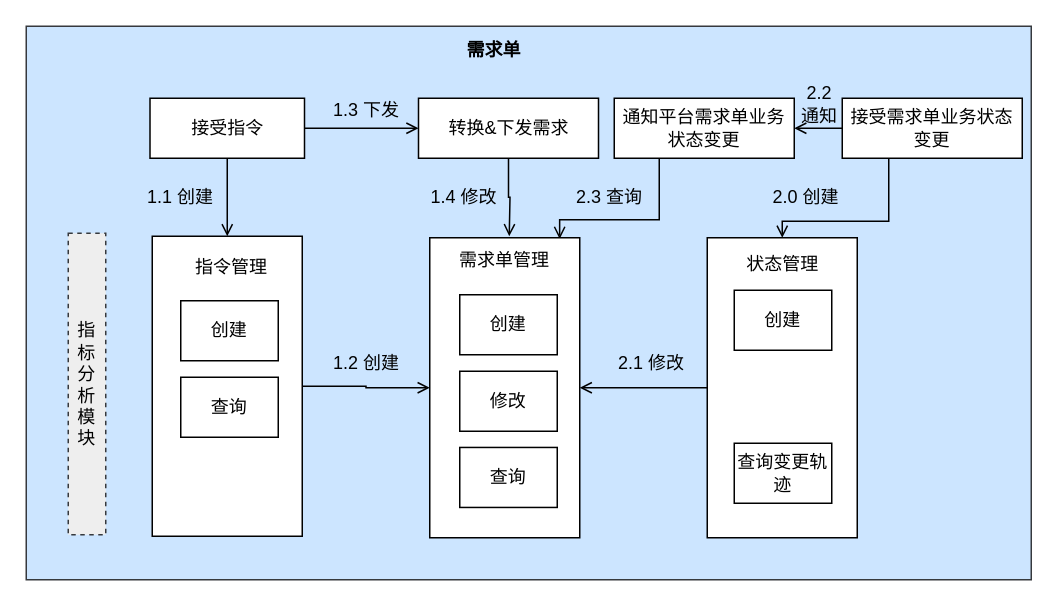
lokiworks/codebase keeps this draw.io diagram as page "Copy of Copy of Page-28" (31 of 36) of docs/自营重构.drawio. Above is the earlier version. Source tidied: cells renumbered, new cells numbered last; positions are measured from the earlier drawing's top-left corner, leaving out a move shared by most shapes. Both pictures are drawn from the tidied source at 150%, with x=0, y=0 at pixel (26, 26).
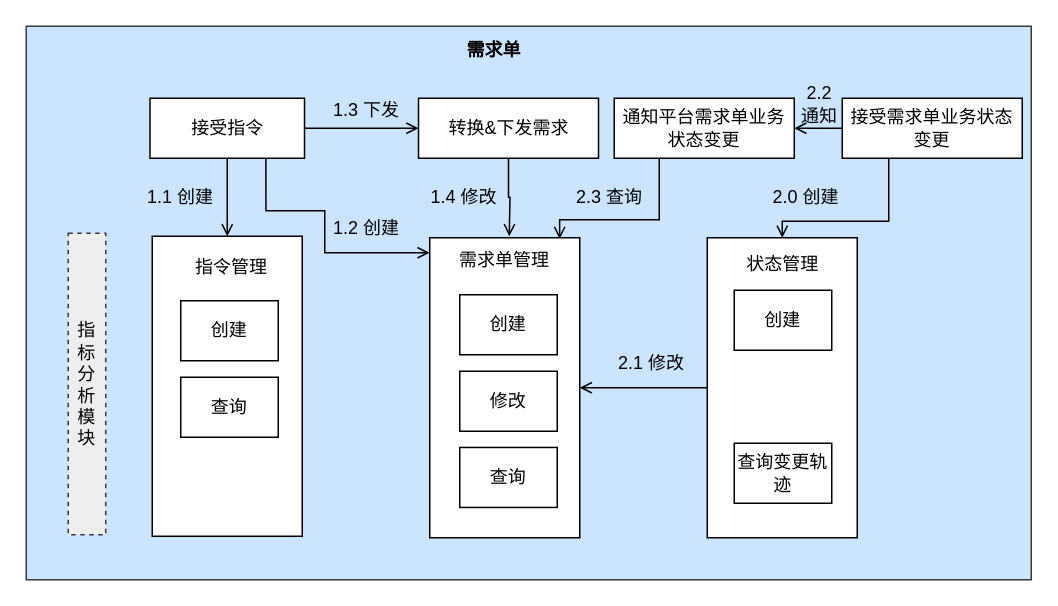
Above is the later version.

The change refers to these unchanged cells:
```xml
<mxCell id="4" style="rounded=0;whiteSpace=wrap;html=1;" parent="1" vertex="1">
  <mxGeometry x="84" y="140" width="100" height="200" as="geometry" />
</mxCell>
<mxCell id="24" value="接受指令" style="rounded=0;whiteSpace=wrap;html=1;" parent="1" vertex="1">
  <mxGeometry x="82.5" y="48" width="103" height="40" as="geometry" />
</mxCell>
<mxCell id="25" style="rounded=0;whiteSpace=wrap;html=1;" parent="1" vertex="1">
  <mxGeometry x="269" y="141" width="100" height="200" as="geometry" />
</mxCell>
```

Change to the diagram source:
```diff
@@
-    <mxCell id="3" style="edgeStyle=orthogonalEdgeStyle;rounded=0;jettySize=auto;html=1;exitX=1;exitY=0.5;exitDx=0;exitDy=0;entryX=0;entryY=0.5;entryDx=0;entryDy=0;endArrow=open;endFill=0;" parent="1" edge="1" source="4" target="25">
-      <mxGeometry relative="1" as="geometry" />
+    <mxCell id="3" style="edgeStyle=orthogonalEdgeStyle;rounded=0;jettySize=auto;html=1;exitX=0.75;exitY=1;exitDx=0;exitDy=0;endArrow=open;endFill=0;entryX=-0.001;entryY=0.05;entryDx=0;entryDy=0;entryPerimeter=0;" parent="1" edge="1" source="24" target="25">
+      <mxGeometry relative="1" as="geometry">
+        <Array as="points">
+          <mxPoint x="160" y="123" />
+          <mxPoint x="199" y="123" />
+          <mxPoint x="199" y="151" />
+        </Array>
+      </mxGeometry>
     </mxCell>
@@
     <mxCell id="37" value="1.2 创建" style="text;html=1;strokeColor=none;fillColor=none;align=center;verticalAlign=middle;whiteSpace=wrap;rounded=0;" parent="1" vertex="1">
-      <mxGeometry x="197" y="210" width="60" height="30" as="geometry" />
+      <mxGeometry x="197" y="120" width="60" height="30" as="geometry" />
     </mxCell>
```
